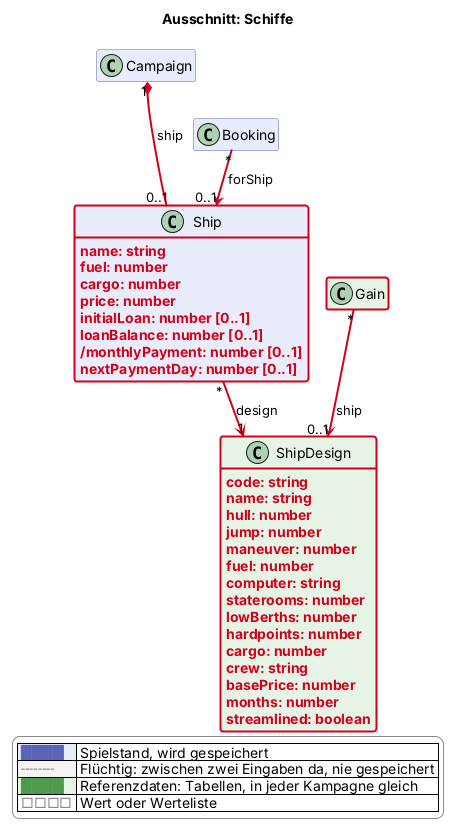
Before: docs/views/schiffe.png, a diagram exported from PlantUML (scuzzar/SRE).
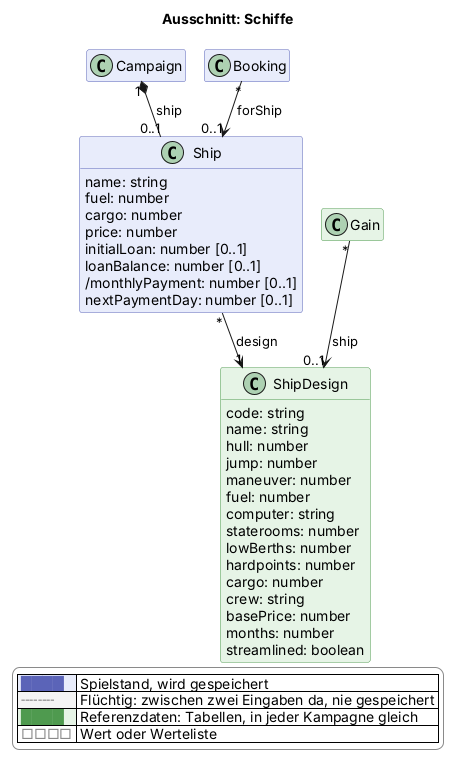
After the commit.

The edit, as a diff of the source:
```diff
@@ -69,32 +69,32 @@
   class Campaign $kampagne
   class Booking $shop
 
-  class Ship $schiffe $newClass("2026-11-16") {
-    $new("2026-11-16", "name: string")
-    $new("2026-11-16", "fuel: number")
-    $new("2026-11-16", "cargo: number")
-    $new("2026-11-16", "price: number")
-    $new("2026-11-16", "initialLoan: number [0..1]")
-    $new("2026-11-16", "loanBalance: number [0..1]")
-    $new("2026-11-16", "/monthlyPayment: number [0..1]")
-    $new("2026-11-16", "nextPaymentDay: number [0..1]")
+  class Ship $schiffe {
+    name: string
+    fuel: number
+    cargo: number
+    price: number
+    initialLoan: number [0..1]
+    loanBalance: number [0..1]
+    /monthlyPayment: number [0..1]
+    nextPaymentDay: number [0..1]
   }
-  class ShipDesign <<reference>> $schiffe $newClass("2026-11-16") {
-    $new("2026-11-16", "code: string")
-    $new("2026-11-16", "name: string")
-    $new("2026-11-16", "hull: number")
-    $new("2026-11-16", "jump: number")
-    $new("2026-11-16", "maneuver: number")
-    $new("2026-11-16", "fuel: number")
-    $new("2026-11-16", "computer: string")
-    $new("2026-11-16", "staterooms: number")
-    $new("2026-11-16", "lowBerths: number")
-    $new("2026-11-16", "hardpoints: number")
-    $new("2026-11-16", "cargo: number")
-    $new("2026-11-16", "crew: string")
-    $new("2026-11-16", "basePrice: number")
-    $new("2026-11-16", "months: number")
-    $new("2026-11-16", "streamlined: boolean")
+  class ShipDesign <<reference>> $schiffe {
+    code: string
+    name: string
+    hull: number
+    jump: number
+    maneuver: number
+    fuel: number
+    computer: string
+    staterooms: number
+    lowBerths: number
+    hardpoints: number
+    cargo: number
+    crew: string
+    basePrice: number
+    months: number
+    streamlined: boolean
   }
 
 
@@ -105,10 +105,10 @@
   class Gain <<reference>> $erschaffung
 
 
-Campaign "1" *-$newArrow("2026-11-16")-- "0..1" Ship : ship
-Ship "*" -$newArrow("2026-11-16")-> "1" ShipDesign : design
-Booking "*" -$newArrow("2026-11-16")-> "0..1" Ship : forShip
-Gain "*" -$newArrow("2026-11-16")-> "0..1" ShipDesign : ship
+Campaign "1" *-- "0..1" Ship : ship
+Ship "*" --> "1" ShipDesign : design
+Booking "*" --> "0..1" Ship : forShip
+Gain "*" --> "0..1" ShipDesign : ship
 
 
 
@@ -128,7 +128,4 @@
   |<#e6f4e6> <color:#4f9a4f>████</color> | Referenzdaten: Tabellen, in jeder Kampagne gleich |
   |<#ffffff> <color:#8a8a8a>□□□□</color> | Wert oder Werteliste |
 endlegend
-class Ship #line:d0021b;line.bold
-class ShipDesign #line:d0021b;line.bold
-class Gain #line:d0021b;line.bold
 @enduml
```
